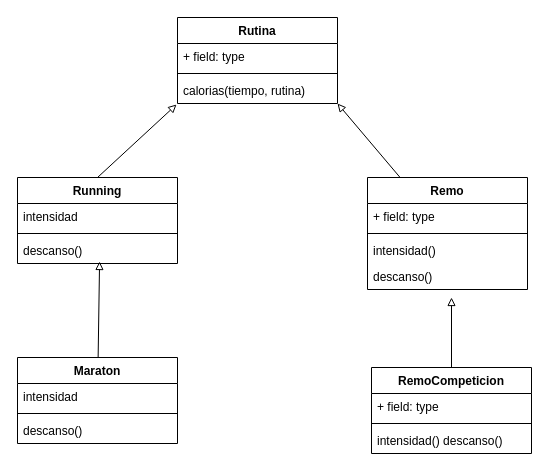
Above: uml.drawio in obj1unq/2025c2s2-herencia-rutinas-aacinorev (draw.io), before the change. Source tidied: cells renumbered, new cells numbered last; positions are measured from the earlier drawing's top-left corner, leaving out a move shared by most shapes. Both pictures are drawn from the tidied source at 100%, with x=0, y=0 at pixel (17, 17).
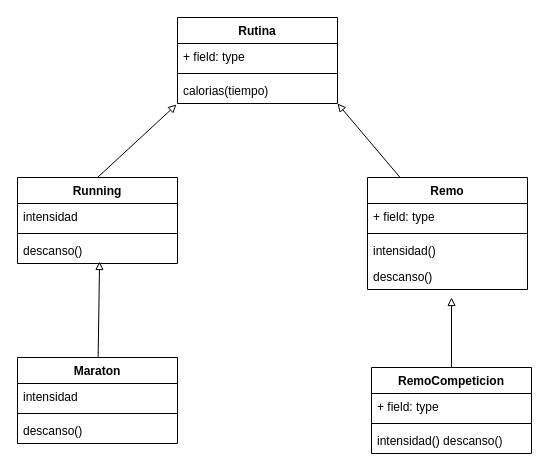
After the change.

The change refers to these unchanged cells:
```xml
<mxCell id="2" value="Rutina" style="swimlane;fontStyle=1;align=center;verticalAlign=top;horizontal=1;startSize=26;whiteSpace=wrap;html=1;" parent="1" vertex="1">
  <mxGeometry x="160" width="160" height="86" as="geometry" />
</mxCell>
```

Diff of the diagram source:
```diff
@@
-    <mxCell id="5" value="calorias(tiempo, rutina)" style="text;strokeColor=none;fillColor=none;align=left;verticalAlign=top;spacingLeft=4;spacingRight=4;overflow=hidden;points=[[0,0.5],[1,0.5]];portConstraint=eastwest;whiteSpace=wrap;html=1;" parent="2" vertex="1">
+    <mxCell id="5" value="calorias(tiempo)" style="text;strokeColor=none;fillColor=none;align=left;verticalAlign=top;spacingLeft=4;spacingRight=4;overflow=hidden;points=[[0,0.5],[1,0.5]];portConstraint=eastwest;whiteSpace=wrap;html=1;" parent="2" vertex="1">
       <mxGeometry y="60" width="160" height="26" as="geometry" />
     </mxCell>
```
